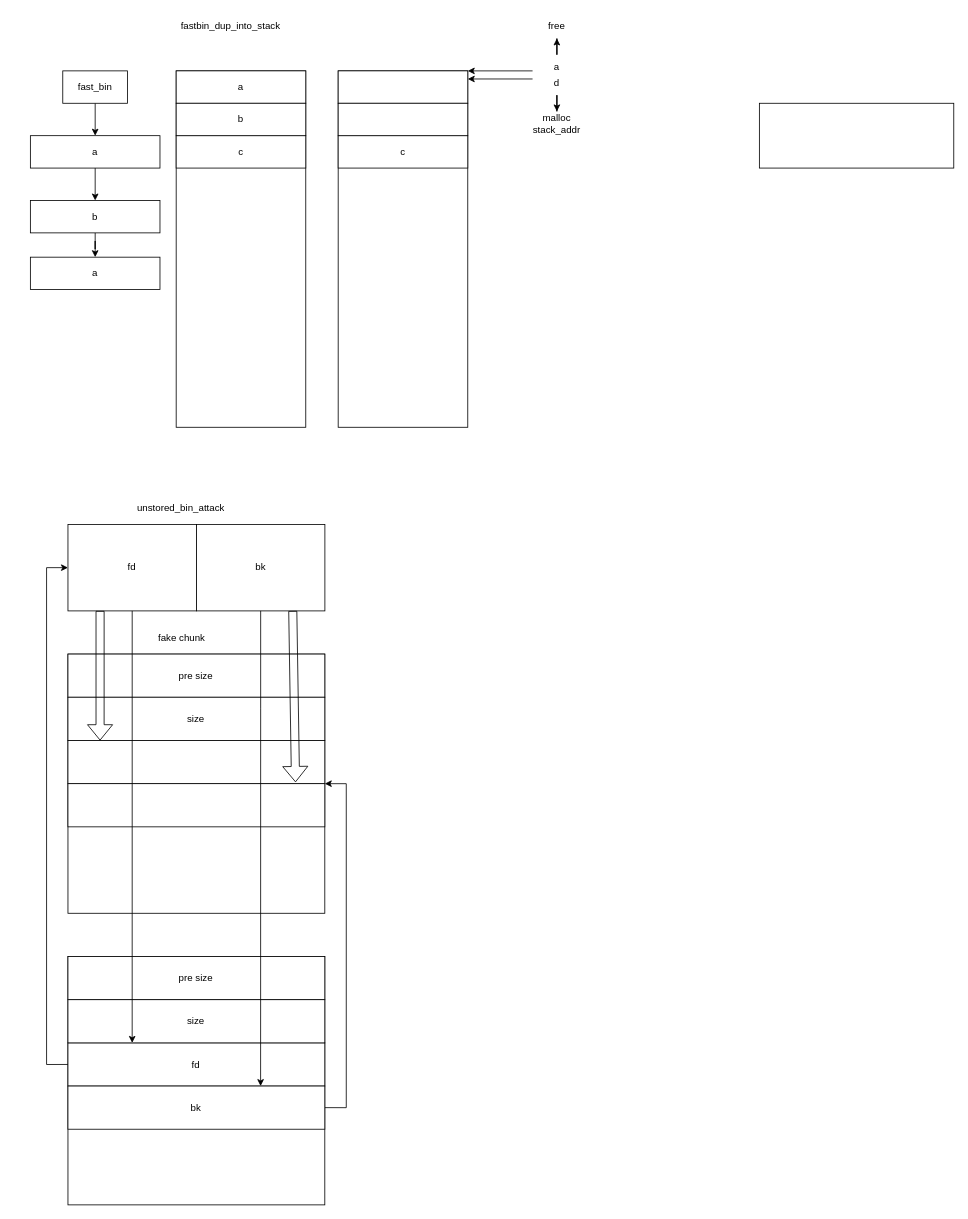
Before: drawio/pwn.drawio in ygkldnherr/ygkldnherr.github.io, a draw.io diagram. Source tidied: cells renumbered, new cells numbered last; positions are measured from the earlier drawing's top-left corner, leaving out a move shared by most shapes. Both pictures are drawn from the tidied source at 81%, with x=0, y=0 at pixel (30, 14).
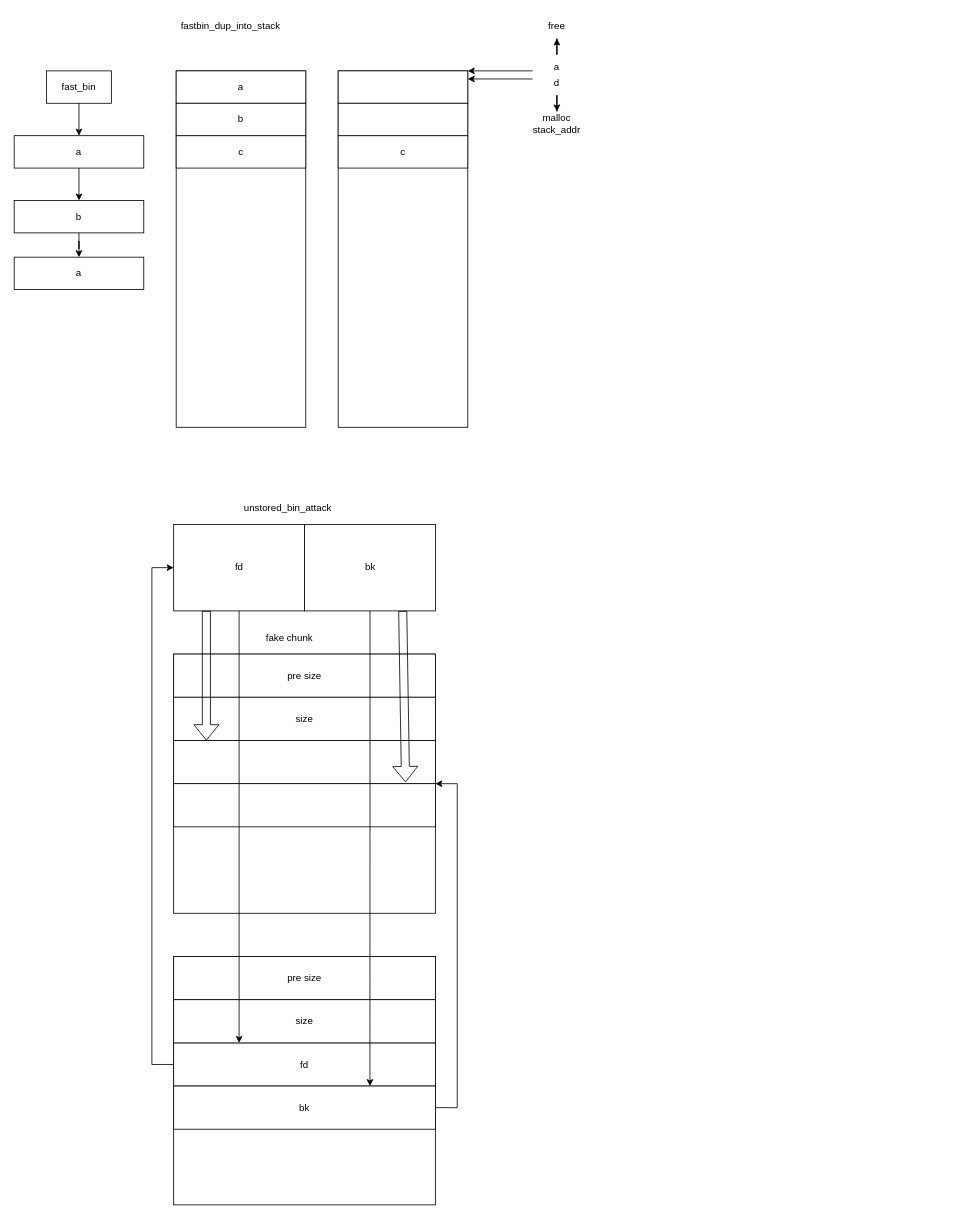
The same diagram, later.

The change refers to these unchanged cells:
```xml
<mxCell id="39" value="a" style="text;html=1;strokeColor=none;fillColor=none;align=center;verticalAlign=middle;whiteSpace=wrap;rounded=0;" parent="1" vertex="1">
  <mxGeometry x="620" y="50" width="60" height="30" as="geometry" />
</mxCell>
<mxCell id="41" value="d" style="text;html=1;strokeColor=none;fillColor=none;align=center;verticalAlign=middle;whiteSpace=wrap;rounded=0;" parent="1" vertex="1">
  <mxGeometry x="620" y="70" width="60" height="30" as="geometry" />
</mxCell>
<mxCell id="46" value="free" style="text;html=1;strokeColor=none;fillColor=none;align=center;verticalAlign=middle;whiteSpace=wrap;rounded=0;" parent="1" vertex="1">
  <mxGeometry x="620" width="60" height="30" as="geometry" />
</mxCell>
<mxCell id="47" value="malloc&lt;br&gt;stack_addr" style="text;html=1;strokeColor=none;fillColor=none;align=center;verticalAlign=middle;whiteSpace=wrap;rounded=0;" parent="1" vertex="1">
  <mxGeometry x="620" y="120" width="60" height="30" as="geometry" />
</mxCell>
```

Change to the diagram source:
```diff
@@
     <mxCell id="2" style="group;" parent="1" vertex="1">
-      <mxGeometry x="20" y="590" width="370" height="880" as="geometry" />
+      <mxGeometry x="150" y="590" width="377" height="880" as="geometry" />
     </mxCell>
     <mxCell id="3" style="rounded=0;whiteSpace=wrap;html=1;" parent="2" vertex="1">
-      <mxGeometry x="26.4" y="200" width="317.1" height="320" as="geometry" />
+      <mxGeometry x="26.9" y="200" width="323.1" height="320" as="geometry" />
     </mxCell>
     <mxCell id="4" value="pre size" style="rounded=0;whiteSpace=wrap;html=1;" parent="2" vertex="1">
-      <mxGeometry x="26.4" y="200" width="317.1" height="53.3" as="geometry" />
+      <mxGeometry x="26.9" y="200" width="323.1" height="53.3" as="geometry" />
     </mxCell>
     <mxCell id="5" value="size" style="rounded=0;whiteSpace=wrap;html=1;" parent="2" vertex="1">
-      <mxGeometry x="26.4" y="253.3" width="317.1" height="53.3" as="geometry" />
+      <mxGeometry x="26.9" y="253.3" width="323.1" height="53.3" as="geometry" />
     </mxCell>
     <mxCell id="6" style="rounded=0;whiteSpace=wrap;html=1;" parent="2" vertex="1">
-      <mxGeometry x="26.4" y="306.7" width="317.1" height="53.3" as="geometry" />
+      <mxGeometry x="26.9" y="306.7" width="323.1" height="53.3" as="geometry" />
     </mxCell>
     <mxCell id="7" value="fake chunk" style="text;strokeColor=none;fillColor=none;align=left;verticalAlign=middle;spacingLeft=4;spacingRight=4;overflow=hidden;whiteSpace=wrap;html=1;" parent="2" vertex="1">
-      <mxGeometry x="132.1" y="160" width="105.7" height="40" as="geometry" />
+      <mxGeometry x="134.6" y="160" width="107.7" height="40" as="geometry" />
     </mxCell>
     <mxCell id="8" style="rounded=0;whiteSpace=wrap;html=1;" parent="2" vertex="1">
-      <mxGeometry x="26.4" y="360" width="317.1" height="53.3" as="geometry" />
+      <mxGeometry x="26.9" y="360" width="323.1" height="53.3" as="geometry" />
     </mxCell>
     <mxCell id="9" style="rounded=0;whiteSpace=wrap;html=1;" parent="2" vertex="1">
-      <mxGeometry x="26.4" y="573.3" width="317.1" height="306.7" as="geometry" />
+      <mxGeometry x="26.9" y="573.3" width="323.1" height="306.7" as="geometry" />
     </mxCell>
     <mxCell id="10" style="group;" parent="2" vertex="1">
-      <mxGeometry x="26.4" y="40" width="317.1" height="106.7" as="geometry" />
+      <mxGeometry x="26.9" y="40" width="323.1" height="106.7" as="geometry" />
     </mxCell>
     <mxCell id="11" value="fd" style="rounded=0;whiteSpace=wrap;html=1;" parent="10" vertex="1">
-      <mxGeometry width="158.6" height="106.7" as="geometry" />
+      <mxGeometry width="161.6" height="106.7" as="geometry" />
     </mxCell>
     <mxCell id="12" value="bk" style="rounded=0;whiteSpace=wrap;html=1;" parent="10" vertex="1">
-      <mxGeometry x="158.6" width="158.6" height="106.7" as="geometry" />
+      <mxGeometry x="161.6" width="161.6" height="106.7" as="geometry" />
     </mxCell>
     <mxCell id="13" value="unstored_bin_attack" style="text;strokeColor=none;fillColor=none;align=left;verticalAlign=middle;spacingLeft=4;spacingRight=4;overflow=hidden;whiteSpace=wrap;html=1;" parent="2" vertex="1">
-      <mxGeometry x="105.7" width="158.6" height="40" as="geometry" />
+      <mxGeometry x="107.7" width="161.6" height="40" as="geometry" />
     </mxCell>
     <mxCell id="14" style="edgeStyle=orthogonalEdgeStyle;rounded=0;jettySize=auto;html=1;exitX=0;exitY=0.5;exitDx=0;exitDy=0;entryX=0;entryY=0.5;entryDx=0;entryDy=0;" parent="2" edge="1" source="15">
       <mxGeometry relative="1" as="geometry">
-        <mxPoint x="26.4" y="93.3" as="targetPoint" />
+        <mxPoint x="26.9" y="93.3" as="targetPoint" />
         <Array as="points">
           <mxPoint y="706.7" />
           <mxPoint y="93.3" />
         </Array>
       </mxGeometry>
     </mxCell>
     <mxCell id="15" value="fd" style="rounded=0;whiteSpace=wrap;html=1;" parent="2" vertex="1">
-      <mxGeometry x="26.4" y="680" width="317.1" height="53.3" as="geometry" />
+      <mxGeometry x="26.9" y="680" width="323.1" height="53.3" as="geometry" />
     </mxCell>
     <mxCell id="16" style="edgeStyle=orthogonalEdgeStyle;rounded=0;jettySize=auto;html=1;exitX=1;exitY=0.5;exitDx=0;exitDy=0;entryX=1;entryY=0;entryDx=0;entryDy=0;" parent="2" edge="1" source="17" target="8">
       <mxGeometry relative="1" as="geometry">
         <Array as="points">
-          <mxPoint x="370" y="760" />
-          <mxPoint x="370" y="360" />
+          <mxPoint x="377" y="760" />
+          <mxPoint x="377" y="360" />
         </Array>
       </mxGeometry>
     </mxCell>
     <mxCell id="17" value="bk" style="rounded=0;whiteSpace=wrap;html=1;" parent="2" vertex="1">
-      <mxGeometry x="26.4" y="733.3" width="317.1" height="53.3" as="geometry" />
+      <mxGeometry x="26.9" y="733.3" width="323.1" height="53.3" as="geometry" />
     </mxCell>
     <mxCell id="18" value="pre size" style="rounded=0;whiteSpace=wrap;html=1;" parent="2" vertex="1">
-      <mxGeometry x="26.4" y="573.3" width="317.1" height="53.3" as="geometry" />
+      <mxGeometry x="26.9" y="573.3" width="323.1" height="53.3" as="geometry" />
     </mxCell>
     <mxCell id="19" value="size" style="rounded=0;whiteSpace=wrap;html=1;" parent="2" vertex="1">
-      <mxGeometry x="26.4" y="626.7" width="317.1" height="53.3" as="geometry" />
+      <mxGeometry x="26.9" y="626.7" width="323.1" height="53.3" as="geometry" />
     </mxCell>
     <mxCell id="20" style="edgeStyle=orthogonalEdgeStyle;rounded=0;jettySize=auto;html=1;entryX=0.75;entryY=1;entryDx=0;entryDy=0;" parent="2" edge="1" source="12" target="15">
       <mxGeometry relative="1" as="geometry">
         <Array as="points">
-          <mxPoint x="264.3" y="266.7" />
-          <mxPoint x="264.3" y="266.7" />
+          <mxPoint x="269.3" y="266.7" />
+          <mxPoint x="269.3" y="266.7" />
         </Array>
       </mxGeometry>
     </mxCell>
@@
+    <mxCell id="30" value="fast_bin" style="rounded=0;whiteSpace=wrap;html=1;" parent="1" vertex="1">
+      <mxGeometry x="20" y="70" width="80" height="40" as="geometry" />
+    </mxCell>
+    <mxCell id="32" value="a" style="rounded=0;whiteSpace=wrap;html=1;" parent="1" vertex="1">
+      <mxGeometry x="-20" y="150" width="160" height="40" as="geometry" />
+    </mxCell>
@@
-    <mxCell id="30" value="fast_bin" style="rounded=0;whiteSpace=wrap;html=1;" parent="1" vertex="1">
-      <mxGeometry x="40" y="70" width="80" height="40" as="geometry" />
-    </mxCell>
+    <mxCell id="34" value="b" style="rounded=0;whiteSpace=wrap;html=1;" parent="1" vertex="1">
+      <mxGeometry x="-20" y="230" width="160" height="40" as="geometry" />
+    </mxCell>
@@
-    <mxCell id="32" value="a" style="rounded=0;whiteSpace=wrap;html=1;" parent="1" vertex="1">
-      <mxGeometry y="150" width="160" height="40" as="geometry" />
-    </mxCell>
+    <mxCell id="35" value="a" style="rounded=0;whiteSpace=wrap;html=1;" parent="1" vertex="1">
+      <mxGeometry x="-20" y="300" width="160" height="40" as="geometry" />
+    </mxCell>
@@
-    <mxCell id="34" value="b" style="rounded=0;whiteSpace=wrap;html=1;" parent="1" vertex="1">
-      <mxGeometry y="230" width="160" height="40" as="geometry" />
-    </mxCell>
-    <mxCell id="35" value="a" style="rounded=0;whiteSpace=wrap;html=1;" parent="1" vertex="1">
-      <mxGeometry y="300" width="160" height="40" as="geometry" />
-    </mxCell>
@@
-    <mxCell id="38" style="edgeStyle=orthogonalEdgeStyle;rounded=0;jettySize=auto;html=1;exitX=0.5;exitY=0;exitDx=0;exitDy=0;" parent="1" edge="1" source="39" target="46">
-      <mxGeometry relative="1" as="geometry" />
-    </mxCell>
@@
-    <mxCell id="40" style="edgeStyle=orthogonalEdgeStyle;rounded=0;jettySize=auto;html=1;" parent="1" edge="1" source="41" target="47">
-      <mxGeometry relative="1" as="geometry" />
-    </mxCell>
@@
+    <mxCell id="38" style="edgeStyle=orthogonalEdgeStyle;rounded=0;jettySize=auto;html=1;exitX=0.5;exitY=0;exitDx=0;exitDy=0;" parent="1" edge="1" source="39" target="46">
+      <mxGeometry relative="1" as="geometry" />
+    </mxCell>
@@
-    <mxCell id="48" style="rounded=0;whiteSpace=wrap;html=1;" parent="1" vertex="1">
-      <mxGeometry x="900" y="110" width="240" height="80" as="geometry" />
-    </mxCell>
+    <mxCell id="40" style="edgeStyle=orthogonalEdgeStyle;rounded=0;jettySize=auto;html=1;" parent="1" edge="1" source="41" target="47">
+      <mxGeometry relative="1" as="geometry" />
+    </mxCell>
```
